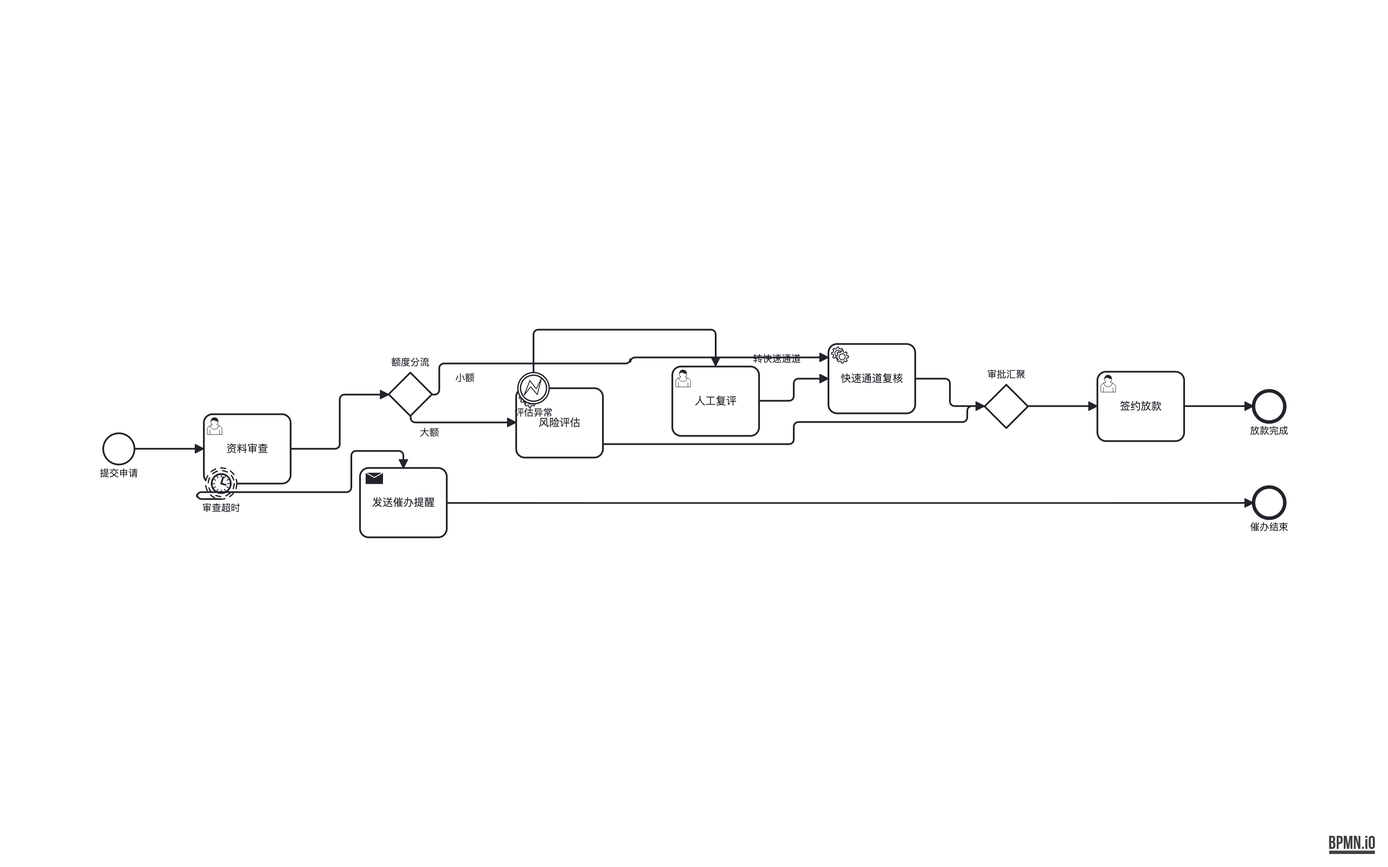
Earlier version of the BPMN export out-bpmn-png/81-boundary-handler-upward.png (LcpMarvel/tramito-layout). Its source is kept beside it as out-xml/81-boundary-handler-upward.bpmn. Ids are renumbered. The source it was exported from:
```xml
<bpmn:definitions xmlns:bpmn="http://www.omg.org/spec/BPMN/20100524/MODEL" xmlns:xsi="http://www.w3.org/2001/XMLSchema-instance" xmlns:bpmndi="http://www.omg.org/spec/BPMN/20100524/DI" xmlns:dc="http://www.omg.org/spec/DD/20100524/DC" xmlns:di="http://www.omg.org/spec/DD/20100524/DI" id="definitions_boundary_handler_upward" targetNamespace="http://example.com/test-boundary-handler-upward" exporter="bpmn-elk-layout" exporterVersion="1.0.0">
  <bpmn:error id="err_assess" name="评估异常" errorCode="RISK_001" />
  <bpmn:process id="process_loan_approval" name="贷款审批（handler 方向对比）" isExecutable="true">
    <bpmn:startEvent id="start_apply" name="提交申请">
      <bpmn:outgoing>flow_start_check</bpmn:outgoing>
    </bpmn:startEvent>
    <bpmn:userTask id="task_check_docs" name="资料审查">
      <bpmn:incoming>flow_start_check</bpmn:incoming>
      <bpmn:outgoing>flow_check_route</bpmn:outgoing>
    </bpmn:userTask>
    <bpmn:boundaryEvent id="boundary_check_timer" name="审查超时" cancelActivity="false" attachedToRef="task_check_docs">
      <bpmn:outgoing>flow_bd_timer_remind</bpmn:outgoing>
      <bpmn:timerEventDefinition>
        <bpmn:timeDuration xsi:type="bpmn:tFormalExpression">PT4H</bpmn:timeDuration>
      </bpmn:timerEventDefinition>
    </bpmn:boundaryEvent>
    <bpmn:exclusiveGateway id="gw_route" name="额度分流">
      <bpmn:incoming>flow_check_route</bpmn:incoming>
      <bpmn:outgoing>flow_route_fast</bpmn:outgoing>
      <bpmn:outgoing>flow_route_assess</bpmn:outgoing>
    </bpmn:exclusiveGateway>
    <bpmn:serviceTask id="task_fast_track" name="快速通道复核">
      <bpmn:incoming>flow_route_fast</bpmn:incoming>
      <bpmn:incoming>flow_manual_fast</bpmn:incoming>
      <bpmn:outgoing>flow_fast_join</bpmn:outgoing>
    </bpmn:serviceTask>
    <bpmn:serviceTask id="task_risk_assess" name="风险评估">
      <bpmn:incoming>flow_route_assess</bpmn:incoming>
      <bpmn:outgoing>flow_assess_join</bpmn:outgoing>
    </bpmn:serviceTask>
    <bpmn:boundaryEvent id="boundary_assess_error" name="评估异常" attachedToRef="task_risk_assess">
      <bpmn:outgoing>flow_bd_error_manual</bpmn:outgoing>
      <bpmn:errorEventDefinition errorRef="err_assess" />
    </bpmn:boundaryEvent>
    <bpmn:exclusiveGateway id="gw_join" name="审批汇聚">
      <bpmn:incoming>flow_fast_join</bpmn:incoming>
      <bpmn:incoming>flow_assess_join</bpmn:incoming>
      <bpmn:outgoing>flow_join_sign</bpmn:outgoing>
    </bpmn:exclusiveGateway>
    <bpmn:userTask id="task_sign" name="签约放款">
      <bpmn:incoming>flow_join_sign</bpmn:incoming>
      <bpmn:outgoing>flow_sign_end</bpmn:outgoing>
    </bpmn:userTask>
    <bpmn:endEvent id="end_done" name="放款完成">
      <bpmn:incoming>flow_sign_end</bpmn:incoming>
    </bpmn:endEvent>
    <bpmn:sendTask id="task_remind" name="发送催办提醒">
      <bpmn:incoming>flow_bd_timer_remind</bpmn:incoming>
      <bpmn:outgoing>flow_remind_end</bpmn:outgoing>
    </bpmn:sendTask>
    <bpmn:endEvent id="end_remind" name="催办结束">
      <bpmn:incoming>flow_remind_end</bpmn:incoming>
    </bpmn:endEvent>
    <bpmn:userTask id="task_manual_review" name="人工复评">
      <bpmn:incoming>flow_bd_error_manual</bpmn:incoming>
      <bpmn:outgoing>flow_manual_fast</bpmn:outgoing>
    </bpmn:userTask>
    <bpmn:sequenceFlow id="flow_start_check" sourceRef="start_apply" targetRef="task_check_docs" />
    <bpmn:sequenceFlow id="flow_check_route" sourceRef="task_check_docs" targetRef="gw_route" />
    <bpmn:sequenceFlow id="flow_route_fast" name="小额" sourceRef="gw_route" targetRef="task_fast_track" />
    <bpmn:sequenceFlow id="flow_route_assess" name="大额" sourceRef="gw_route" targetRef="task_risk_assess" />
    <bpmn:sequenceFlow id="flow_fast_join" sourceRef="task_fast_track" targetRef="gw_join" />
    <bpmn:sequenceFlow id="flow_assess_join" sourceRef="task_risk_assess" targetRef="gw_join" />
    <bpmn:sequenceFlow id="flow_join_sign" sourceRef="gw_join" targetRef="task_sign" />
    <bpmn:sequenceFlow id="flow_sign_end" sourceRef="task_sign" targetRef="end_done" />
    <bpmn:sequenceFlow id="flow_bd_timer_remind" sourceRef="boundary_check_timer" targetRef="task_remind" />
    <bpmn:sequenceFlow id="flow_remind_end" sourceRef="task_remind" targetRef="end_remind" />
    <bpmn:sequenceFlow id="flow_bd_error_manual" sourceRef="boundary_assess_error" targetRef="task_manual_review" />
    <bpmn:sequenceFlow id="flow_manual_fast" name="转快速通道" sourceRef="task_manual_review" targetRef="task_fast_track" />
  </bpmn:process>
  <bpmndi:BPMNDiagram id="BPMNDiagram_definitions_boundary_handler_upward" name="BPMNDiagram">
    <bpmndi:BPMNPlane id="BPMNPlane_definitions_boundary_handler_upward" bpmnElement="process_loan_approval">
      <bpmndi:BPMNShape id="process_loan_approval_di" bpmnElement="process_loan_approval">
        <dc:Bounds x="0" y="0" width="1444" height="287.3333333333333" />
      </bpmndi:BPMNShape>
      <bpmndi:BPMNShape id="start_apply_di" bpmnElement="start_apply">
        <dc:Bounds x="62" y="134.83333333333331" width="36" height="36" />
        <bpmndi:BPMNLabel>
          <dc:Bounds x="30" y="174.83333333333331" width="100" height="14" />
        </bpmndi:BPMNLabel>
      </bpmndi:BPMNShape>
      <bpmndi:BPMNShape id="task_check_docs_di" bpmnElement="task_check_docs">
        <dc:Bounds x="178" y="112.83333333333331" width="100" height="80" />
      </bpmndi:BPMNShape>
      <bpmndi:BPMNShape id="boundary_check_timer_di" bpmnElement="boundary_check_timer">
        <dc:Bounds x="180" y="174.83333333333331" width="36" height="36" />
        <bpmndi:BPMNLabel>
          <dc:Bounds x="171" y="214.83333333333331" width="54" height="14" />
        </bpmndi:BPMNLabel>
      </bpmndi:BPMNShape>
      <bpmndi:BPMNShape id="gw_route_di" bpmnElement="gw_route">
        <dc:Bounds x="391.3333333333333" y="65.33333333333333" width="50" height="50" />
        <bpmndi:BPMNLabel>
          <dc:Bounds x="388.3333333333333" y="47.33333333333333" width="56" height="14" />
        </bpmndi:BPMNLabel>
      </bpmndi:BPMNShape>
      <bpmndi:BPMNShape id="task_fast_track_di" bpmnElement="task_fast_track">
        <dc:Bounds x="898" y="32" width="100" height="80" />
      </bpmndi:BPMNShape>
      <bpmndi:BPMNShape id="task_risk_assess_di" bpmnElement="task_risk_assess">
        <dc:Bounds x="538" y="82.5" width="100" height="80" />
      </bpmndi:BPMNShape>
      <bpmndi:BPMNShape id="boundary_assess_error_di" bpmnElement="boundary_assess_error">
        <dc:Bounds x="540" y="64.5" width="36" height="36" />
        <bpmndi:BPMNLabel>
          <dc:Bounds x="531" y="46.5" width="54" height="14" />
        </bpmndi:BPMNLabel>
      </bpmndi:BPMNShape>
      <bpmndi:BPMNShape id="gw_join_di" bpmnElement="gw_join">
        <dc:Bounds x="1078" y="78.66666666666666" width="50" height="50" />
        <bpmndi:BPMNLabel>
          <dc:Bounds x="1075" y="60.66666666666666" width="56" height="14" />
        </bpmndi:BPMNLabel>
      </bpmndi:BPMNShape>
      <bpmndi:BPMNShape id="task_sign_di" bpmnElement="task_sign">
        <dc:Bounds x="1208" y="63.666666666666664" width="100" height="80" />
      </bpmndi:BPMNShape>
      <bpmndi:BPMNShape id="end_done_di" bpmnElement="end_done">
        <dc:Bounds x="1388" y="85.66666666666666" width="36" height="36" />
        <bpmndi:BPMNLabel>
          <dc:Bounds x="1356" y="125.66666666666666" width="100" height="14" />
        </bpmndi:BPMNLabel>
      </bpmndi:BPMNShape>
      <bpmndi:BPMNShape id="task_remind_di" bpmnElement="task_remind">
        <dc:Bounds x="358" y="175.33333333333331" width="100" height="80" />
      </bpmndi:BPMNShape>
      <bpmndi:BPMNShape id="end_remind_di" bpmnElement="end_remind">
        <dc:Bounds x="1388" y="197.33333333333331" width="36" height="36" />
        <bpmndi:BPMNLabel>
          <dc:Bounds x="1356" y="237.33333333333331" width="100" height="14" />
        </bpmndi:BPMNLabel>
      </bpmndi:BPMNShape>
      <bpmndi:BPMNShape id="task_manual_review_di" bpmnElement="task_manual_review">
        <dc:Bounds x="718" y="57.50000000000001" width="100" height="80" />
      </bpmndi:BPMNShape>
      <bpmndi:BPMNEdge id="flow_start_check_di" bpmnElement="flow_start_check">
        <di:waypoint x="98" y="152.83333333333331" />
        <di:waypoint x="178" y="152.83333333333331" />
      </bpmndi:BPMNEdge>
      <bpmndi:BPMNEdge id="flow_check_route_di" bpmnElement="flow_check_route">
        <di:waypoint x="278" y="152.83333333333331" />
        <di:waypoint x="334.66666666666663" y="152.83333333333331" />
        <di:waypoint x="334.66666666666663" y="90.33333333333333" />
        <di:waypoint x="391.3333333333333" y="90.33333333333333" />
      </bpmndi:BPMNEdge>
      <bpmndi:BPMNEdge id="flow_route_fast_di" bpmnElement="flow_route_fast">
        <di:waypoint x="441.3333333333333" y="90.33333333333333" />
        <di:waypoint x="449.3333333333333" y="90.33333333333333" />
        <di:waypoint x="449.3333333333333" y="54.5" />
        <di:waypoint x="669.6666666666666" y="54.5" />
        <di:waypoint x="669.6666666666666" y="47.50000000000001" />
        <di:waypoint x="898" y="47.50000000000001" />
        <bpmndi:BPMNLabel>
          <dc:Bounds x="454.3333333333333" y="65.41666666666666" width="50" height="14" />
        </bpmndi:BPMNLabel>
      </bpmndi:BPMNEdge>
      <bpmndi:BPMNEdge id="flow_route_assess_di" bpmnElement="flow_route_assess">
        <di:waypoint x="416.3333333333333" y="115.33333333333333" />
        <di:waypoint x="416.3333333333333" y="122.5" />
        <di:waypoint x="538" y="122.5" />
        <bpmndi:BPMNLabel>
          <dc:Bounds x="413.3333333333333" y="127.5" width="50" height="14" />
        </bpmndi:BPMNLabel>
      </bpmndi:BPMNEdge>
      <bpmndi:BPMNEdge id="flow_fast_join_di" bpmnElement="flow_fast_join">
        <di:waypoint x="998" y="72" />
        <di:waypoint x="1038" y="72" />
        <di:waypoint x="1038" y="103.66666666666666" />
        <di:waypoint x="1078" y="103.66666666666666" />
      </bpmndi:BPMNEdge>
      <bpmndi:BPMNEdge id="flow_assess_join_di" bpmnElement="flow_assess_join">
        <di:waypoint x="638" y="147.5" />
        <di:waypoint x="858" y="147.5" />
        <di:waypoint x="858" y="122" />
        <di:waypoint x="1058" y="122" />
        <di:waypoint x="1058" y="103.66666666666666" />
        <di:waypoint x="1078" y="103.66666666666666" />
      </bpmndi:BPMNEdge>
      <bpmndi:BPMNEdge id="flow_join_sign_di" bpmnElement="flow_join_sign">
        <di:waypoint x="1128" y="103.66666666666666" />
        <di:waypoint x="1208" y="103.66666666666666" />
      </bpmndi:BPMNEdge>
      <bpmndi:BPMNEdge id="flow_sign_end_di" bpmnElement="flow_sign_end">
        <di:waypoint x="1308" y="103.66666666666666" />
        <di:waypoint x="1388" y="103.66666666666666" />
      </bpmndi:BPMNEdge>
      <bpmndi:BPMNEdge id="flow_bd_timer_remind_di" bpmnElement="flow_bd_timer_remind">
        <di:waypoint x="198" y="210.83333333333331" />
        <di:waypoint x="198" y="232.83333333333331" />
        <di:waypoint x="358" y="232.83333333333331" />
      </bpmndi:BPMNEdge>
      <bpmndi:BPMNEdge id="flow_remind_end_di" bpmnElement="flow_remind_end">
        <di:waypoint x="458" y="215.33333333333331" />
        <di:waypoint x="1388" y="215.33333333333331" />
      </bpmndi:BPMNEdge>
      <bpmndi:BPMNEdge id="flow_bd_error_manual_di" bpmnElement="flow_bd_error_manual">
        <di:waypoint x="558" y="64.5" />
        <di:waypoint x="558" y="15.500000000000007" />
        <di:waypoint x="768" y="15.500000000000007" />
        <di:waypoint x="768" y="57.50000000000001" />
      </bpmndi:BPMNEdge>
      <bpmndi:BPMNEdge id="flow_manual_fast_di" bpmnElement="flow_manual_fast">
        <di:waypoint x="818" y="97.5" />
        <di:waypoint x="858" y="97.5" />
        <di:waypoint x="858" y="72" />
        <di:waypoint x="898" y="72" />
        <bpmndi:BPMNLabel>
          <dc:Bounds x="813" y="42.5" width="50" height="14" />
        </bpmndi:BPMNLabel>
      </bpmndi:BPMNEdge>
    </bpmndi:BPMNPlane>
  </bpmndi:BPMNDiagram>
</bpmn:definitions>
```
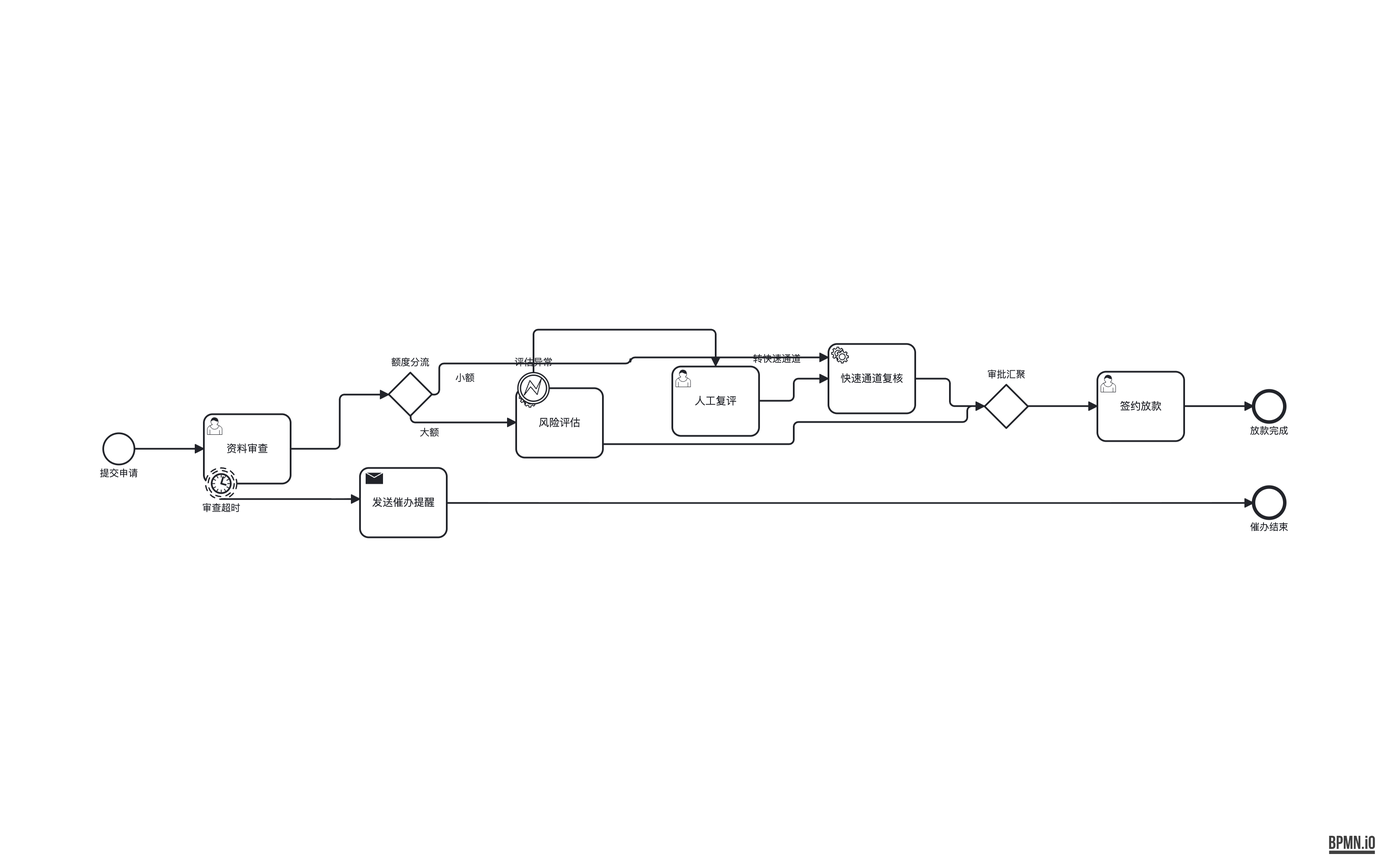
After the change.

The edit, as a diff of the source:
```diff
@@ -186,8 +186,7 @@
       </bpmndi:BPMNEdge>
       <bpmndi:BPMNEdge id="flow_bd_timer_remind_di" bpmnElement="flow_bd_timer_remind">
         <di:waypoint x="198" y="210.83333333333331" />
-        <di:waypoint x="198" y="232.83333333333331" />
-        <di:waypoint x="358" y="232.83333333333331" />
+        <di:waypoint x="358" y="210.83333333333331" />
       </bpmndi:BPMNEdge>
       <bpmndi:BPMNEdge id="flow_remind_end_di" bpmnElement="flow_remind_end">
         <di:waypoint x="458" y="215.33333333333331" />
```
